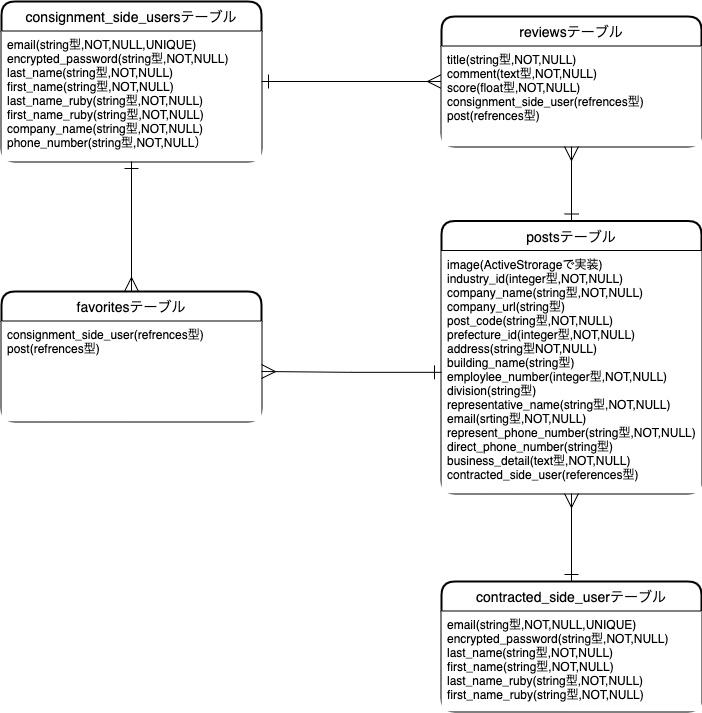
Earlier version of the draw.io export public/er_diagram.png (hiroki1121/assistance_company). Source tidied: cells renumbered, new cells last; positions are measured from the earlier drawing's top-left corner, leaving out a move shared by most shapes.
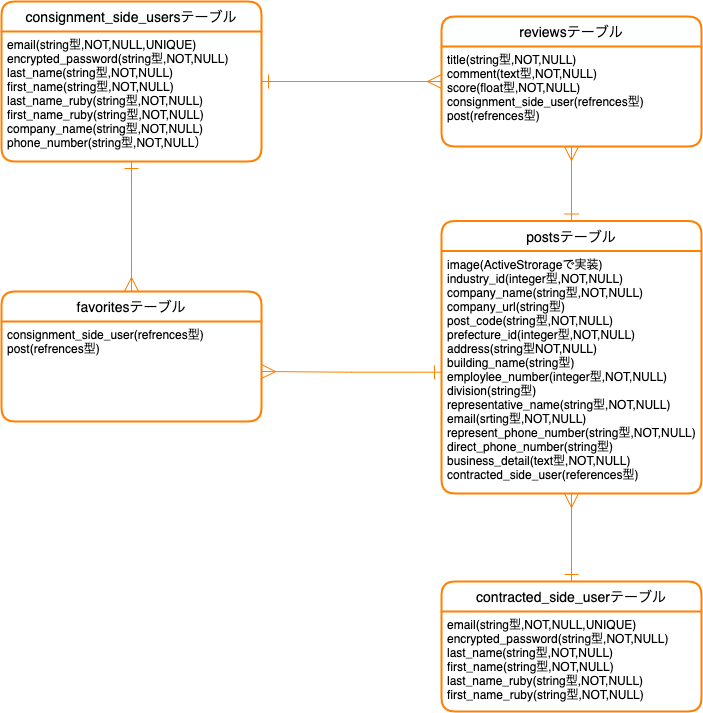
Later version of the same file.

Change to the diagram source:
```diff
@@ -2,56 +2,56 @@
   <root>
     <mxCell id="0" />
     <mxCell id="1" parent="0" />
-    <mxCell id="2" value="consignment_side_usersテーブル" style="swimlane;horizontal=1;startSize=30;rounded=1;fontSize=14;fontStyle=0;strokeWidth=2;shadow=0;dashed=0;align=center;labelBackgroundColor=none;fillColor=#FFFFFF;fontColor=#000000;labelBorderColor=none;swimlaneFillColor=none;strokeColor=#000000;" parent="1" vertex="1">
+    <mxCell id="2" value="consignment_side_usersテーブル" style="swimlane;horizontal=1;startSize=30;rounded=1;fontSize=14;fontStyle=0;strokeWidth=2;shadow=0;dashed=0;align=center;labelBackgroundColor=none;fontColor=#000000;labelBorderColor=none;swimlaneFillColor=none;strokeColor=#FF8000;fillColor=none;" parent="1" vertex="1">
       <mxGeometry width="260" height="160" as="geometry" />
     </mxCell>
-    <mxCell id="3" value="email(string型,NOT,NULL,UNIQUE)&#10;encrypted_password(string型,NOT,NULL)&#10;last_name(string型,NOT,NULL)&#10;first_name(string型,NOT,NULL)&#10;last_name_ruby(string型,NOT,NULL)&#10;first_name_ruby(string型,NOT,NULL)&#10;company_name(string型,NOT,NULL)&#10;phone_number(string型,NOT,NULL）" style="align=left;strokeColor=none;spacingLeft=4;fontSize=12;verticalAlign=top;fillColor=#FFFFFF;fontColor=#000000;" parent="2" vertex="1">
+    <mxCell id="3" value="email(string型,NOT,NULL,UNIQUE)&#10;encrypted_password(string型,NOT,NULL)&#10;last_name(string型,NOT,NULL)&#10;first_name(string型,NOT,NULL)&#10;last_name_ruby(string型,NOT,NULL)&#10;first_name_ruby(string型,NOT,NULL)&#10;company_name(string型,NOT,NULL)&#10;phone_number(string型,NOT,NULL）" style="align=left;strokeColor=none;spacingLeft=4;fontSize=12;verticalAlign=top;fontColor=#000000;fillColor=none;" parent="2" vertex="1">
       <mxGeometry y="30" width="260" height="130" as="geometry" />
     </mxCell>
-    <mxCell id="4" value="contracted_side_userテーブル" style="swimlane;horizontal=1;startSize=30;rounded=1;fontSize=14;fontStyle=0;strokeWidth=2;shadow=0;dashed=0;align=center;labelBackgroundColor=none;fillColor=#FFFFFF;fontColor=#000000;labelBorderColor=none;swimlaneFillColor=none;strokeColor=#000000;" parent="1" vertex="1">
+    <mxCell id="4" value="contracted_side_userテーブル" style="swimlane;horizontal=1;startSize=30;rounded=1;fontSize=14;fontStyle=0;strokeWidth=2;shadow=0;dashed=0;align=center;labelBackgroundColor=none;fontColor=#000000;labelBorderColor=none;swimlaneFillColor=none;fillColor=none;strokeColor=#FF8000;" parent="1" vertex="1">
       <mxGeometry x="440" y="580" width="260" height="130" as="geometry" />
     </mxCell>
-    <mxCell id="5" value="email(string型,NOT,NULL,UNIQUE)&#10;encrypted_password(string型,NOT,NULL)&#10;last_name(string型,NOT,NULL)&#10;first_name(string型,NOT,NULL)&#10;last_name_ruby(string型,NOT,NULL)&#10;first_name_ruby(string型,NOT,NULL)" style="align=left;strokeColor=none;spacingLeft=4;fontSize=12;verticalAlign=top;fillColor=#FFFFFF;fontColor=#000000;" parent="4" vertex="1">
+    <mxCell id="5" value="email(string型,NOT,NULL,UNIQUE)&#10;encrypted_password(string型,NOT,NULL)&#10;last_name(string型,NOT,NULL)&#10;first_name(string型,NOT,NULL)&#10;last_name_ruby(string型,NOT,NULL)&#10;first_name_ruby(string型,NOT,NULL)" style="align=left;strokeColor=none;spacingLeft=4;fontSize=12;verticalAlign=top;fontColor=#000000;fillColor=none;" parent="4" vertex="1">
       <mxGeometry y="30" width="260" height="100" as="geometry" />
     </mxCell>
-    <mxCell id="6" value="postsテーブル" style="swimlane;horizontal=1;startSize=30;rounded=1;fontSize=14;fontStyle=0;strokeWidth=2;shadow=0;dashed=0;align=center;labelBackgroundColor=none;fillColor=#FFFFFF;fontColor=#000000;labelBorderColor=none;swimlaneFillColor=none;strokeColor=#000000;" parent="1" vertex="1">
+    <mxCell id="6" value="postsテーブル" style="swimlane;horizontal=1;startSize=30;rounded=1;fontSize=14;fontStyle=0;strokeWidth=2;shadow=0;dashed=0;align=center;labelBackgroundColor=none;fontColor=#000000;labelBorderColor=none;swimlaneFillColor=none;fillColor=none;strokeColor=#FF8000;" parent="1" vertex="1">
       <mxGeometry x="440" y="219.5" width="260" height="272.5" as="geometry" />
     </mxCell>
-    <mxCell id="7" value="image(ActiveStrorageで実装)&#10;industry_id(integer型,NOT,NULL)&#10;company_name(string型,NOT,NULL)&#10;company_url(string型)&#10;post_code(string型,NOT,NULL)&#10;prefecture_id(integer型,NOT,NULL)&#10;address(string型NOT,NULL)&#10;building_name(string型)&#10;employlee_number(integer型,NOT,NULL)&#10;division(string型)&#10;representative_name(string型,NOT,NULL)&#10;email(srting型,NOT,NULL)&#10;represent_phone_number(string型,NOT,NULL)&#10;direct_phone_number(string型)&#10;business_detail(text型,NOT,NULL)&#10;contracted_side_user(references型)" style="align=left;strokeColor=none;spacingLeft=4;fontSize=12;verticalAlign=top;fillColor=#FFFFFF;fontColor=#000000;" parent="6" vertex="1">
+    <mxCell id="7" value="image(ActiveStrorageで実装)&#10;industry_id(integer型,NOT,NULL)&#10;company_name(string型,NOT,NULL)&#10;company_url(string型)&#10;post_code(string型,NOT,NULL)&#10;prefecture_id(integer型,NOT,NULL)&#10;address(string型NOT,NULL)&#10;building_name(string型)&#10;employlee_number(integer型,NOT,NULL)&#10;division(string型)&#10;representative_name(string型,NOT,NULL)&#10;email(srting型,NOT,NULL)&#10;represent_phone_number(string型,NOT,NULL)&#10;direct_phone_number(string型)&#10;business_detail(text型,NOT,NULL)&#10;contracted_side_user(references型)" style="align=left;strokeColor=none;spacingLeft=4;fontSize=12;verticalAlign=top;fontColor=#000000;fillColor=none;" parent="6" vertex="1">
       <mxGeometry y="30" width="260" height="242.5" as="geometry" />
     </mxCell>
-    <mxCell id="8" value="favoritesテーブル" style="swimlane;horizontal=1;startSize=30;rounded=1;fontSize=14;fontStyle=0;strokeWidth=2;shadow=0;dashed=0;align=center;labelBackgroundColor=none;fillColor=#FFFFFF;fontColor=#000000;labelBorderColor=none;swimlaneFillColor=none;strokeColor=#000000;" parent="1" vertex="1">
+    <mxCell id="8" value="favoritesテーブル" style="swimlane;horizontal=1;startSize=30;rounded=1;fontSize=14;fontStyle=0;strokeWidth=2;shadow=0;dashed=0;align=center;labelBackgroundColor=none;fontColor=#000000;labelBorderColor=none;swimlaneFillColor=none;fillColor=none;strokeColor=#FF8000;" parent="1" vertex="1">
       <mxGeometry y="290" width="260" height="130" as="geometry" />
     </mxCell>
-    <mxCell id="9" value="consignment_side_user(refrences型)&#10;post(refrences型)" style="align=left;strokeColor=none;spacingLeft=4;fontSize=12;verticalAlign=top;fillColor=#FFFFFF;fontColor=#000000;" parent="8" vertex="1">
+    <mxCell id="9" value="consignment_side_user(refrences型)&#10;post(refrences型)" style="align=left;strokeColor=none;spacingLeft=4;fontSize=12;verticalAlign=top;fontColor=#000000;fillColor=none;" parent="8" vertex="1">
       <mxGeometry y="30" width="260" height="100" as="geometry" />
     </mxCell>
-    <mxCell id="10" style="edgeStyle=orthogonalEdgeStyle;rounded=0;jettySize=auto;html=1;exitX=0.5;exitY=1;exitDx=0;exitDy=0;entryX=0.5;entryY=0;entryDx=0;entryDy=0;fontColor=#000000;endArrow=ERmany;endFill=0;startArrow=ERone;startFill=0;strokeWidth=1;endSize=12;startSize=12;strokeColor=#000000;" parent="1" edge="1" source="3" target="8">
+    <mxCell id="10" style="edgeStyle=orthogonalEdgeStyle;rounded=0;jettySize=auto;html=1;exitX=0.5;exitY=1;exitDx=0;exitDy=0;entryX=0.5;entryY=0;entryDx=0;entryDy=0;fontColor=#000000;endArrow=ERmany;endFill=0;startArrow=ERone;startFill=0;strokeWidth=1;endSize=12;startSize=12;strokeColor=#FF8000;" parent="1" edge="1" source="3" target="8">
       <mxGeometry relative="1" as="geometry" />
     </mxCell>
-    <mxCell id="11" style="edgeStyle=orthogonalEdgeStyle;rounded=0;jettySize=auto;html=1;startArrow=ERone;startFill=0;startSize=12;endArrow=ERmany;endFill=0;endSize=12;strokeWidth=1;fontColor=#000000;strokeColor=#000000;" parent="1" edge="1" source="7">
+    <mxCell id="11" style="edgeStyle=orthogonalEdgeStyle;rounded=0;jettySize=auto;html=1;startArrow=ERone;startFill=0;startSize=12;endArrow=ERmany;endFill=0;endSize=12;strokeWidth=1;fontColor=#000000;strokeColor=#FF8000;" parent="1" edge="1" source="7">
       <mxGeometry relative="1" as="geometry">
         <mxPoint x="260" y="370" as="targetPoint" />
       </mxGeometry>
     </mxCell>
-    <mxCell id="12" style="edgeStyle=orthogonalEdgeStyle;rounded=0;jettySize=auto;html=1;endSize=12;startSize=12;endArrow=ERmany;endFill=0;startArrow=ERone;startFill=0;strokeColor=#000000;" parent="1" edge="1" target="7">
+    <mxCell id="12" style="edgeStyle=orthogonalEdgeStyle;rounded=0;jettySize=auto;html=1;endSize=12;startSize=12;endArrow=ERmany;endFill=0;startArrow=ERone;startFill=0;strokeColor=#FF8000;" parent="1" edge="1" target="7">
       <mxGeometry relative="1" as="geometry">
         <mxPoint x="570" y="580" as="sourcePoint" />
       </mxGeometry>
     </mxCell>
-    <mxCell id="13" style="edgeStyle=orthogonalEdgeStyle;rounded=0;jettySize=auto;html=1;startArrow=ERone;startFill=0;startSize=12;endArrow=ERmany;endFill=0;endSize=12;exitX=1;exitY=0.5;exitDx=0;exitDy=0;strokeColor=#000000;" parent="1" edge="1" source="2" target="14">
+    <mxCell id="13" style="edgeStyle=orthogonalEdgeStyle;rounded=0;jettySize=auto;html=1;startArrow=ERone;startFill=0;startSize=12;endArrow=ERmany;endFill=0;endSize=12;exitX=1;exitY=0.5;exitDx=0;exitDy=0;strokeColor=#FF8000;" parent="1" edge="1" source="2" target="14">
       <mxGeometry relative="1" as="geometry" />
     </mxCell>
-    <mxCell id="14" value="reviewsテーブル" style="swimlane;horizontal=1;startSize=30;rounded=1;fontSize=14;fontStyle=0;strokeWidth=2;shadow=0;dashed=0;align=center;labelBackgroundColor=none;fillColor=#FFFFFF;fontColor=#000000;labelBorderColor=none;swimlaneFillColor=none;strokeColor=#000000;" parent="1" vertex="1">
+    <mxCell id="14" value="reviewsテーブル" style="swimlane;horizontal=1;startSize=30;rounded=1;fontSize=14;fontStyle=0;strokeWidth=2;shadow=0;dashed=0;align=center;labelBackgroundColor=none;fontColor=#000000;labelBorderColor=none;swimlaneFillColor=none;fillColor=none;strokeColor=#FF8000;" parent="1" vertex="1">
       <mxGeometry x="440" y="15" width="260" height="130" as="geometry" />
     </mxCell>
-    <mxCell id="15" value="title(string型,NOT,NULL)&#10;comment(text型,NOT,NULL)&#10;score(float型,NOT,NULL)&#10;consignment_side_user(refrences型)&#10;post(refrences型)" style="align=left;strokeColor=none;spacingLeft=4;fontSize=12;verticalAlign=top;fillColor=#FFFFFF;fontColor=#000000;" parent="14" vertex="1">
+    <mxCell id="15" value="title(string型,NOT,NULL)&#10;comment(text型,NOT,NULL)&#10;score(float型,NOT,NULL)&#10;consignment_side_user(refrences型)&#10;post(refrences型)" style="align=left;strokeColor=none;spacingLeft=4;fontSize=12;verticalAlign=top;fontColor=#000000;fillColor=none;" parent="14" vertex="1">
       <mxGeometry y="30" width="260" height="100" as="geometry" />
     </mxCell>
     <mxCell id="16" style="align=left;strokeColor=none;spacingLeft=4;fontSize=12;verticalAlign=top;fillColor=#FFFFFF;fontColor=#000000;" parent="14" vertex="1">
       <mxGeometry y="130" width="260" as="geometry" />
     </mxCell>
-    <mxCell id="17" style="edgeStyle=orthogonalEdgeStyle;rounded=0;jettySize=auto;html=1;startArrow=ERone;startFill=0;startSize=12;endArrow=ERmany;endFill=0;endSize=12;exitX=0.5;exitY=0;exitDx=0;exitDy=0;strokeColor=#000000;" parent="1" edge="1" source="6" target="15">
+    <mxCell id="17" style="edgeStyle=orthogonalEdgeStyle;rounded=0;jettySize=auto;html=1;startArrow=ERone;startFill=0;startSize=12;endArrow=ERmany;endFill=0;endSize=12;exitX=0.5;exitY=0;exitDx=0;exitDy=0;strokeColor=#FF8000;" parent="1" edge="1" source="6" target="15">
       <mxGeometry relative="1" as="geometry" />
     </mxCell>
   </root>
```
